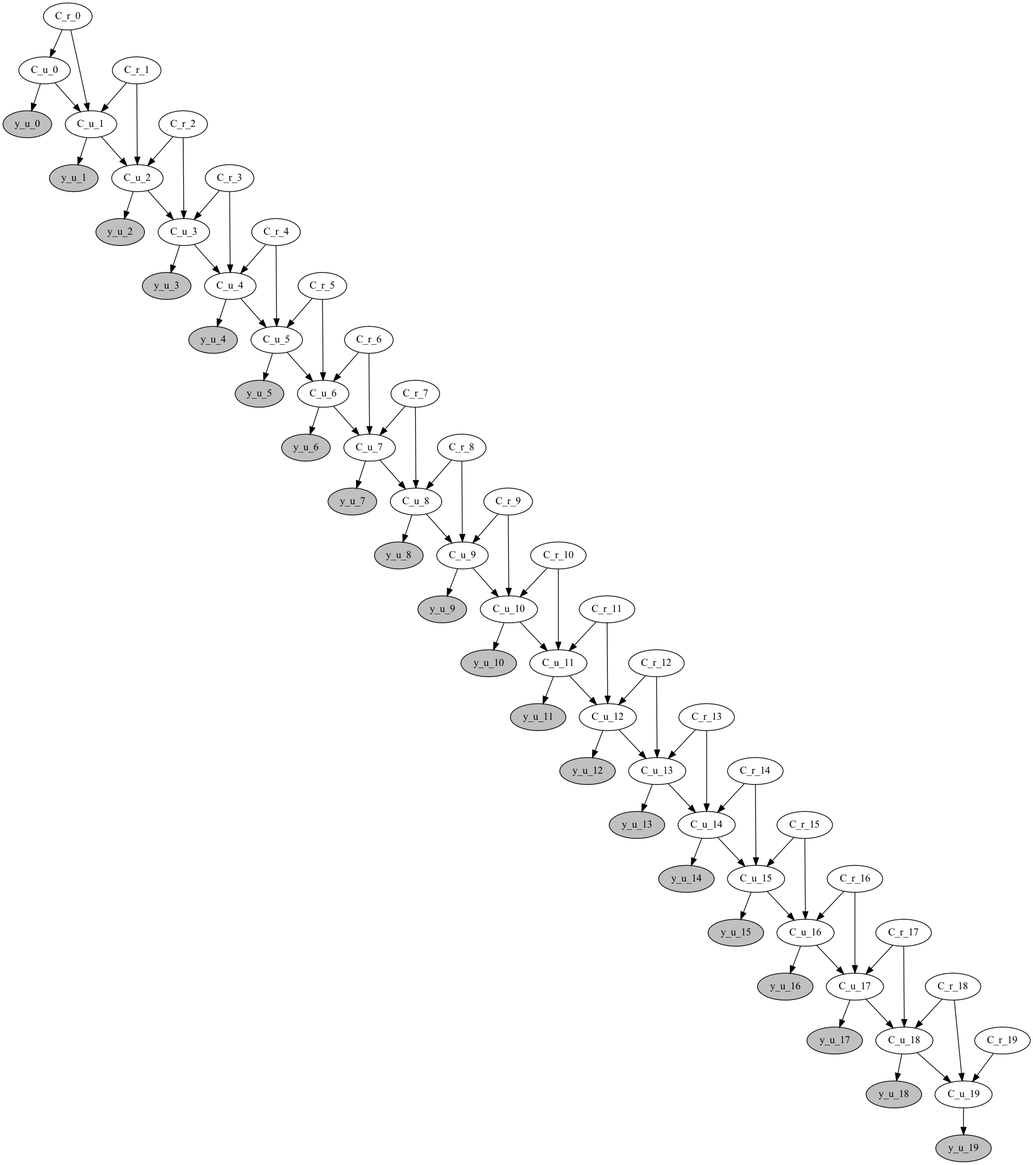
Before: fig/graph.png, a diagram exported from Graphviz (Lagergren-Lab/victree). Its source is kept beside it as fig/graph.gv. Source of this version:
```dot
digraph {
	C_r_0 [label=C_r_0 fillcolor=white shape=ellipse style=filled]
	C_u_0 [label=C_u_0 fillcolor=white shape=ellipse style=filled]
	y_u_0 [label=y_u_0 fillcolor=grey shape=ellipse style=filled]
	C_r_1 [label=C_r_1 fillcolor=white shape=ellipse style=filled]
	C_u_1 [label=C_u_1 fillcolor=white shape=ellipse style=filled]
	y_u_1 [label=y_u_1 fillcolor=grey shape=ellipse style=filled]
	C_r_2 [label=C_r_2 fillcolor=white shape=ellipse style=filled]
	C_u_2 [label=C_u_2 fillcolor=white shape=ellipse style=filled]
	y_u_2 [label=y_u_2 fillcolor=grey shape=ellipse style=filled]
	C_r_3 [label=C_r_3 fillcolor=white shape=ellipse style=filled]
	C_u_3 [label=C_u_3 fillcolor=white shape=ellipse style=filled]
	y_u_3 [label=y_u_3 fillcolor=grey shape=ellipse style=filled]
	C_r_4 [label=C_r_4 fillcolor=white shape=ellipse style=filled]
	C_u_4 [label=C_u_4 fillcolor=white shape=ellipse style=filled]
	y_u_4 [label=y_u_4 fillcolor=grey shape=ellipse style=filled]
	C_r_5 [label=C_r_5 fillcolor=white shape=ellipse style=filled]
	C_u_5 [label=C_u_5 fillcolor=white shape=ellipse style=filled]
	y_u_5 [label=y_u_5 fillcolor=grey shape=ellipse style=filled]
	C_r_6 [label=C_r_6 fillcolor=white shape=ellipse style=filled]
	C_u_6 [label=C_u_6 fillcolor=white shape=ellipse style=filled]
	y_u_6 [label=y_u_6 fillcolor=grey shape=ellipse style=filled]
	C_r_7 [label=C_r_7 fillcolor=white shape=ellipse style=filled]
	C_u_7 [label=C_u_7 fillcolor=white shape=ellipse style=filled]
	y_u_7 [label=y_u_7 fillcolor=grey shape=ellipse style=filled]
	C_r_8 [label=C_r_8 fillcolor=white shape=ellipse style=filled]
	C_u_8 [label=C_u_8 fillcolor=white shape=ellipse style=filled]
	y_u_8 [label=y_u_8 fillcolor=grey shape=ellipse style=filled]
	C_r_9 [label=C_r_9 fillcolor=white shape=ellipse style=filled]
	C_u_9 [label=C_u_9 fillcolor=white shape=ellipse style=filled]
	y_u_9 [label=y_u_9 fillcolor=grey shape=ellipse style=filled]
	C_r_10 [label=C_r_10 fillcolor=white shape=ellipse style=filled]
	C_u_10 [label=C_u_10 fillcolor=white shape=ellipse style=filled]
	y_u_10 [label=y_u_10 fillcolor=grey shape=ellipse style=filled]
	C_r_11 [label=C_r_11 fillcolor=white shape=ellipse style=filled]
	C_u_11 [label=C_u_11 fillcolor=white shape=ellipse style=filled]
	y_u_11 [label=y_u_11 fillcolor=grey shape=ellipse style=filled]
	C_r_12 [label=C_r_12 fillcolor=white shape=ellipse style=filled]
	C_u_12 [label=C_u_12 fillcolor=white shape=ellipse style=filled]
	y_u_12 [label=y_u_12 fillcolor=grey shape=ellipse style=filled]
	C_r_13 [label=C_r_13 fillcolor=white shape=ellipse style=filled]
	C_u_13 [label=C_u_13 fillcolor=white shape=ellipse style=filled]
	y_u_13 [label=y_u_13 fillcolor=grey shape=ellipse style=filled]
	C_r_14 [label=C_r_14 fillcolor=white shape=ellipse style=filled]
	C_u_14 [label=C_u_14 fillcolor=white shape=ellipse style=filled]
	y_u_14 [label=y_u_14 fillcolor=grey shape=ellipse style=filled]
	C_r_15 [label=C_r_15 fillcolor=white shape=ellipse style=filled]
	C_u_15 [label=C_u_15 fillcolor=white shape=ellipse style=filled]
	y_u_15 [label=y_u_15 fillcolor=grey shape=ellipse style=filled]
	C_r_16 [label=C_r_16 fillcolor=white shape=ellipse style=filled]
	C_u_16 [label=C_u_16 fillcolor=white shape=ellipse style=filled]
	y_u_16 [label=y_u_16 fillcolor=grey shape=ellipse style=filled]
	C_r_17 [label=C_r_17 fillcolor=white shape=ellipse style=filled]
	C_u_17 [label=C_u_17 fillcolor=white shape=ellipse style=filled]
	y_u_17 [label=y_u_17 fillcolor=grey shape=ellipse style=filled]
	C_r_18 [label=C_r_18 fillcolor=white shape=ellipse style=filled]
	C_u_18 [label=C_u_18 fillcolor=white shape=ellipse style=filled]
	y_u_18 [label=y_u_18 fillcolor=grey shape=ellipse style=filled]
	C_r_19 [label=C_r_19 fillcolor=white shape=ellipse style=filled]
	C_u_19 [label=C_u_19 fillcolor=white shape=ellipse style=filled]
	y_u_19 [label=y_u_19 fillcolor=grey shape=ellipse style=filled]
	C_r_0 -> C_u_0
	C_u_0 -> y_u_0
	C_r_1 -> C_u_1
	C_r_0 -> C_u_1
	C_u_0 -> C_u_1
	C_u_1 -> y_u_1
	C_r_1 -> C_u_2
	C_u_1 -> C_u_2
	C_r_2 -> C_u_2
	C_u_2 -> y_u_2
	C_u_2 -> C_u_3
	C_r_3 -> C_u_3
	C_r_2 -> C_u_3
	C_u_3 -> y_u_3
	C_r_4 -> C_u_4
	C_u_3 -> C_u_4
	C_r_3 -> C_u_4
	C_u_4 -> y_u_4
	C_u_4 -> C_u_5
	C_r_4 -> C_u_5
	C_r_5 -> C_u_5
	C_u_5 -> y_u_5
	C_r_6 -> C_u_6
	C_u_5 -> C_u_6
	C_r_5 -> C_u_6
	C_u_6 -> y_u_6
	C_r_6 -> C_u_7
	C_u_6 -> C_u_7
	C_r_7 -> C_u_7
	C_u_7 -> y_u_7
	C_u_7 -> C_u_8
	C_r_7 -> C_u_8
	C_r_8 -> C_u_8
	C_u_8 -> y_u_8
	C_u_8 -> C_u_9
	C_r_9 -> C_u_9
	C_r_8 -> C_u_9
	C_u_9 -> y_u_9
	C_u_9 -> C_u_10
	C_r_10 -> C_u_10
	C_r_9 -> C_u_10
	C_u_10 -> y_u_10
	C_u_10 -> C_u_11
	C_r_11 -> C_u_11
	C_r_10 -> C_u_11
	C_u_11 -> y_u_11
	C_r_11 -> C_u_12
	C_u_11 -> C_u_12
	C_r_12 -> C_u_12
	C_u_12 -> y_u_12
	C_r_13 -> C_u_13
	C_u_12 -> C_u_13
	C_r_12 -> C_u_13
	C_u_13 -> y_u_13
	C_r_13 -> C_u_14
	C_r_14 -> C_u_14
	C_u_13 -> C_u_14
	C_u_14 -> y_u_14
	C_r_14 -> C_u_15
	C_u_14 -> C_u_15
	C_r_15 -> C_u_15
	C_u_15 -> y_u_15
	C_r_16 -> C_u_16
	C_r_15 -> C_u_16
	C_u_15 -> C_u_16
	C_u_16 -> y_u_16
	C_r_16 -> C_u_17
	C_r_17 -> C_u_17
	C_u_16 -> C_u_17
	C_u_17 -> y_u_17
	C_r_18 -> C_u_18
	C_u_17 -> C_u_18
	C_r_17 -> C_u_18
	C_u_18 -> y_u_18
	C_u_18 -> C_u_19
	C_r_19 -> C_u_19
	C_r_18 -> C_u_19
	C_u_19 -> y_u_19
}
```
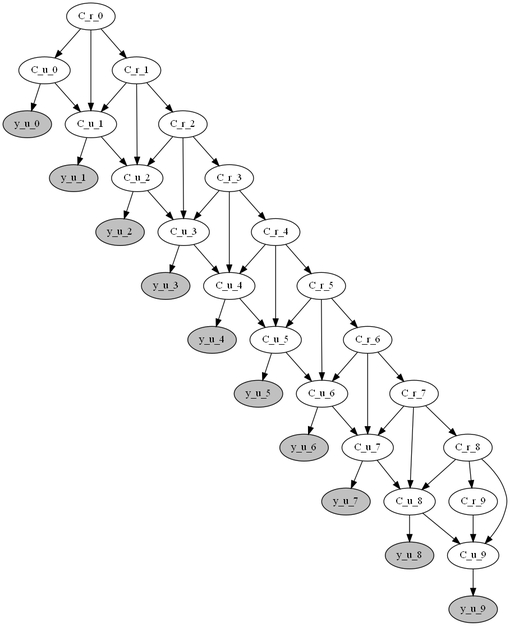
After the commit.

Commit message:
added model with tree topology

Change to the diagram source:
```diff
@@ -29,112 +29,51 @@
 	C_r_9 [label=C_r_9 fillcolor=white shape=ellipse style=filled]
 	C_u_9 [label=C_u_9 fillcolor=white shape=ellipse style=filled]
 	y_u_9 [label=y_u_9 fillcolor=grey shape=ellipse style=filled]
-	C_r_10 [label=C_r_10 fillcolor=white shape=ellipse style=filled]
-	C_u_10 [label=C_u_10 fillcolor=white shape=ellipse style=filled]
-	y_u_10 [label=y_u_10 fillcolor=grey shape=ellipse style=filled]
-	C_r_11 [label=C_r_11 fillcolor=white shape=ellipse style=filled]
-	C_u_11 [label=C_u_11 fillcolor=white shape=ellipse style=filled]
-	y_u_11 [label=y_u_11 fillcolor=grey shape=ellipse style=filled]
-	C_r_12 [label=C_r_12 fillcolor=white shape=ellipse style=filled]
-	C_u_12 [label=C_u_12 fillcolor=white shape=ellipse style=filled]
-	y_u_12 [label=y_u_12 fillcolor=grey shape=ellipse style=filled]
-	C_r_13 [label=C_r_13 fillcolor=white shape=ellipse style=filled]
-	C_u_13 [label=C_u_13 fillcolor=white shape=ellipse style=filled]
-	y_u_13 [label=y_u_13 fillcolor=grey shape=ellipse style=filled]
-	C_r_14 [label=C_r_14 fillcolor=white shape=ellipse style=filled]
-	C_u_14 [label=C_u_14 fillcolor=white shape=ellipse style=filled]
-	y_u_14 [label=y_u_14 fillcolor=grey shape=ellipse style=filled]
-	C_r_15 [label=C_r_15 fillcolor=white shape=ellipse style=filled]
-	C_u_15 [label=C_u_15 fillcolor=white shape=ellipse style=filled]
-	y_u_15 [label=y_u_15 fillcolor=grey shape=ellipse style=filled]
-	C_r_16 [label=C_r_16 fillcolor=white shape=ellipse style=filled]
-	C_u_16 [label=C_u_16 fillcolor=white shape=ellipse style=filled]
-	y_u_16 [label=y_u_16 fillcolor=grey shape=ellipse style=filled]
-	C_r_17 [label=C_r_17 fillcolor=white shape=ellipse style=filled]
-	C_u_17 [label=C_u_17 fillcolor=white shape=ellipse style=filled]
-	y_u_17 [label=y_u_17 fillcolor=grey shape=ellipse style=filled]
-	C_r_18 [label=C_r_18 fillcolor=white shape=ellipse style=filled]
-	C_u_18 [label=C_u_18 fillcolor=white shape=ellipse style=filled]
-	y_u_18 [label=y_u_18 fillcolor=grey shape=ellipse style=filled]
-	C_r_19 [label=C_r_19 fillcolor=white shape=ellipse style=filled]
-	C_u_19 [label=C_u_19 fillcolor=white shape=ellipse style=filled]
-	y_u_19 [label=y_u_19 fillcolor=grey shape=ellipse style=filled]
 	C_r_0 -> C_u_0
 	C_u_0 -> y_u_0
+	C_r_0 -> C_r_1
+	C_u_0 -> C_u_1
+	C_r_0 -> C_u_1
 	C_r_1 -> C_u_1
-	C_r_0 -> C_u_1
-	C_u_0 -> C_u_1
 	C_u_1 -> y_u_1
+	C_r_1 -> C_r_2
+	C_r_2 -> C_u_2
+	C_u_1 -> C_u_2
 	C_r_1 -> C_u_2
-	C_u_1 -> C_u_2
-	C_r_2 -> C_u_2
 	C_u_2 -> y_u_2
+	C_r_2 -> C_r_3
 	C_u_2 -> C_u_3
 	C_r_3 -> C_u_3
 	C_r_2 -> C_u_3
 	C_u_3 -> y_u_3
+	C_r_3 -> C_r_4
 	C_r_4 -> C_u_4
 	C_u_3 -> C_u_4
 	C_r_3 -> C_u_4
 	C_u_4 -> y_u_4
+	C_r_4 -> C_r_5
+	C_r_4 -> C_u_5
 	C_u_4 -> C_u_5
-	C_r_4 -> C_u_5
 	C_r_5 -> C_u_5
 	C_u_5 -> y_u_5
+	C_r_5 -> C_r_6
 	C_r_6 -> C_u_6
 	C_u_5 -> C_u_6
 	C_r_5 -> C_u_6
 	C_u_6 -> y_u_6
+	C_r_6 -> C_r_7
 	C_r_6 -> C_u_7
+	C_r_7 -> C_u_7
 	C_u_6 -> C_u_7
-	C_r_7 -> C_u_7
 	C_u_7 -> y_u_7
+	C_r_7 -> C_r_8
 	C_u_7 -> C_u_8
 	C_r_7 -> C_u_8
 	C_r_8 -> C_u_8
 	C_u_8 -> y_u_8
+	C_r_8 -> C_r_9
 	C_u_8 -> C_u_9
+	C_r_8 -> C_u_9
 	C_r_9 -> C_u_9
-	C_r_8 -> C_u_9
 	C_u_9 -> y_u_9
-	C_u_9 -> C_u_10
-	C_r_10 -> C_u_10
-	C_r_9 -> C_u_10
-	C_u_10 -> y_u_10
-	C_u_10 -> C_u_11
-	C_r_11 -> C_u_11
-	C_r_10 -> C_u_11
-	C_u_11 -> y_u_11
-	C_r_11 -> C_u_12
-	C_u_11 -> C_u_12
-	C_r_12 -> C_u_12
-	C_u_12 -> y_u_12
-	C_r_13 -> C_u_13
-	C_u_12 -> C_u_13
-	C_r_12 -> C_u_13
-	C_u_13 -> y_u_13
-	C_r_13 -> C_u_14
-	C_r_14 -> C_u_14
-	C_u_13 -> C_u_14
-	C_u_14 -> y_u_14
-	C_r_14 -> C_u_15
-	C_u_14 -> C_u_15
-	C_r_15 -> C_u_15
-	C_u_15 -> y_u_15
-	C_r_16 -> C_u_16
-	C_r_15 -> C_u_16
-	C_u_15 -> C_u_16
-	C_u_16 -> y_u_16
-	C_r_16 -> C_u_17
-	C_r_17 -> C_u_17
-	C_u_16 -> C_u_17
-	C_u_17 -> y_u_17
-	C_r_18 -> C_u_18
-	C_u_17 -> C_u_18
-	C_r_17 -> C_u_18
-	C_u_18 -> y_u_18
-	C_u_18 -> C_u_19
-	C_r_19 -> C_u_19
-	C_r_18 -> C_u_19
-	C_u_19 -> y_u_19
 }
```
